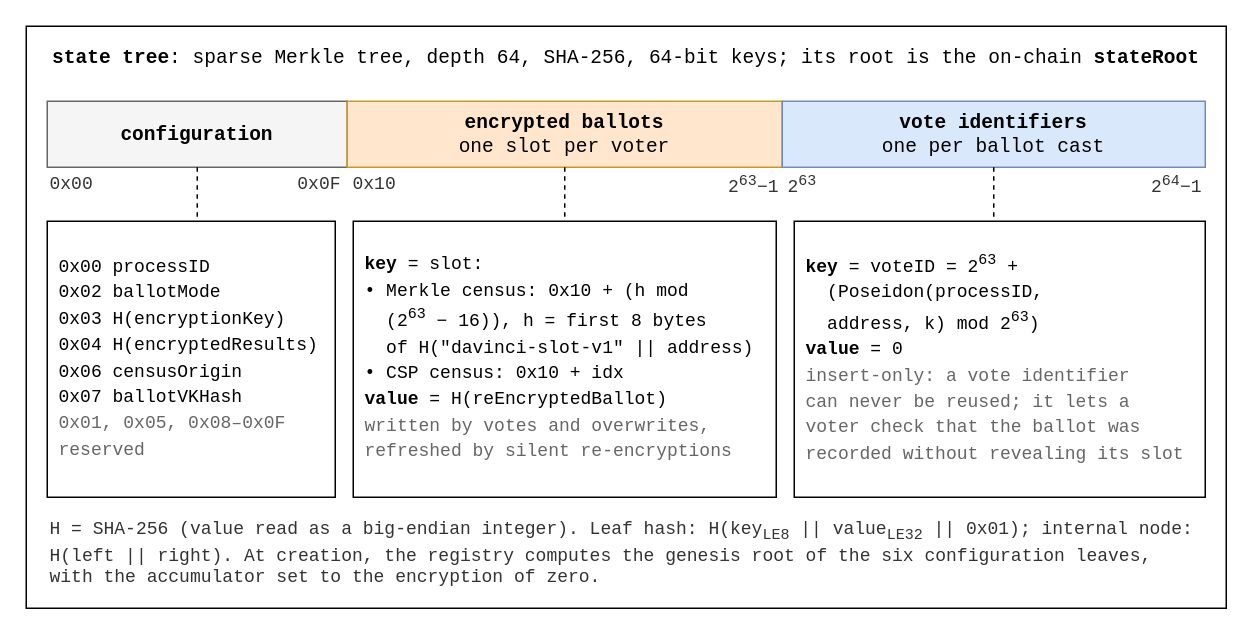
Above: v2/figures/state-tree.drawio in vocdoni/davinci-paper (draw.io), before the change. Source tidied: cells renumbered, new cells numbered last; positions are measured from the earlier drawing's top-left corner, leaving out a move shared by most shapes. Both pictures are drawn from the tidied source at 150%, with x=0, y=0 at pixel (26, 26).
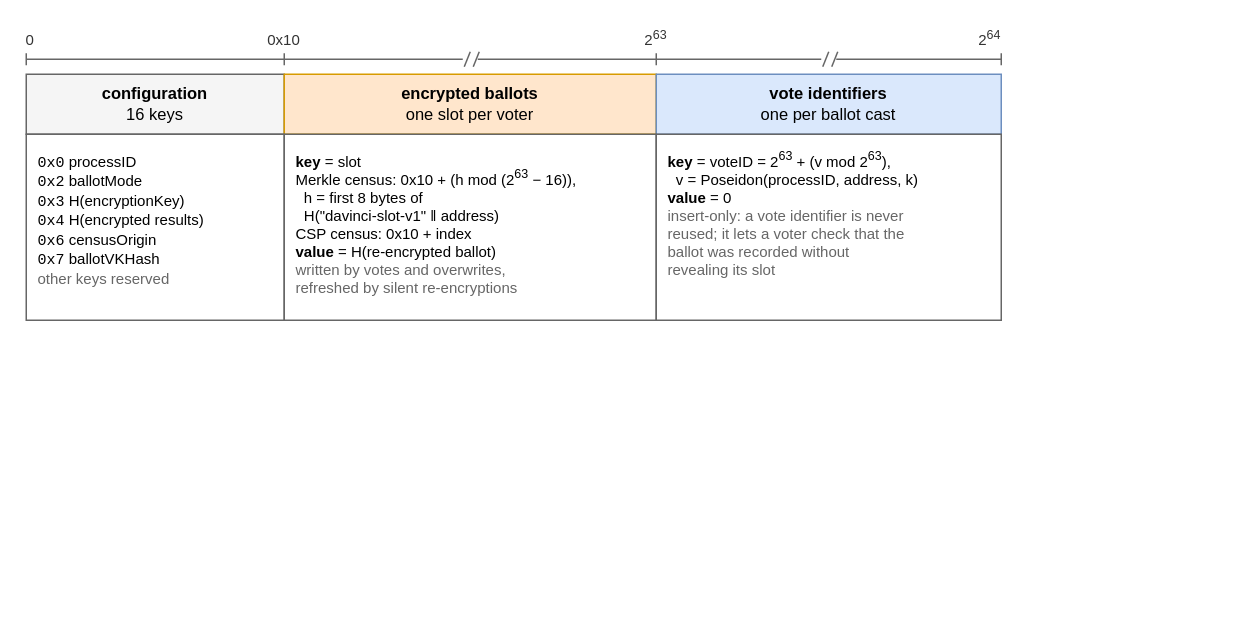
The same page after the edit.

Change to the diagram source:
```diff
@@
-    <mxCell id="2" style="rounded=0;whiteSpace=wrap;html=1;fontSize=11;fillColor=none;strokeColor=#000000;fontFamily=Courier New;verticalAlign=top;align=center;spacingTop=4;spacingLeft=6;fontStyle=1;" parent="1" vertex="1">
-      <mxGeometry width="800" height="388" as="geometry" />
-    </mxCell>
-    <mxCell id="3" value="&lt;b&gt;state tree&lt;/b&gt;: sparse Merkle tree, depth 64, SHA-256, 64-bit keys; its root is the on-chain &lt;b&gt;stateRoot&lt;/b&gt;" style="text;html=1;whiteSpace=wrap;fontSize=13;fontFamily=Courier New;align=center;verticalAlign=middle;fontColor=#000000;" parent="1" vertex="1">
-      <mxGeometry x="14" y="8" width="772" height="26" as="geometry" />
+    <mxCell id="3" style="html=1;rounded=0;endArrow=none;startArrow=none;endSize=6;startSize=6;fontSize=10;fontFamily=Helvetica;strokeColor=#666666;strokeWidth=1;labelBackgroundColor=#ffffff;" parent="1" edge="1">
+      <mxGeometry relative="1" as="geometry">
+        <mxPoint y="22" as="sourcePoint" />
+        <mxPoint x="650" y="22" as="targetPoint" />
+      </mxGeometry>
     </mxCell>
-    <mxCell id="4" value="&lt;b&gt;configuration&lt;/b&gt;" style="rounded=0;whiteSpace=wrap;html=1;fontSize=13;fillColor=#f5f5f5;strokeColor=#666666;fontFamily=Courier New;align=center;verticalAlign=middle;" parent="1" vertex="1">
-      <mxGeometry x="14" y="50" width="200" height="44" as="geometry" />
+    <mxCell id="4" style="html=1;rounded=0;endArrow=none;startArrow=none;endSize=6;startSize=6;fontSize=10;fontFamily=Helvetica;strokeColor=#666666;strokeWidth=1;labelBackgroundColor=#ffffff;" parent="1" edge="1">
+      <mxGeometry relative="1" as="geometry">
+        <mxPoint y="18" as="sourcePoint" />
+        <mxPoint y="26" as="targetPoint" />
+      </mxGeometry>
     </mxCell>
-    <mxCell id="5" value="&lt;b&gt;encrypted ballots&lt;/b&gt;&lt;br&gt;one slot per voter" style="rounded=0;whiteSpace=wrap;html=1;fontSize=13;fillColor=#ffe6cc;strokeColor=#d79b00;fontFamily=Courier New;align=center;verticalAlign=middle;" parent="1" vertex="1">
-      <mxGeometry x="214" y="50" width="290" height="44" as="geometry" />
+    <mxCell id="5" value="0" style="text;html=1;whiteSpace=wrap;fontSize=10;fontFamily=Helvetica;align=left;verticalAlign=middle;fontColor=#333333;spacing=0;" parent="1" vertex="1">
+      <mxGeometry y="2" width="60" height="14" as="geometry" />
     </mxCell>
-    <mxCell id="6" value="&lt;b&gt;vote identifiers&lt;/b&gt;&lt;br&gt;one per ballot cast" style="rounded=0;whiteSpace=wrap;html=1;fontSize=13;fillColor=#dae8fc;strokeColor=#6c8ebf;fontFamily=Courier New;align=center;verticalAlign=middle;" parent="1" vertex="1">
-      <mxGeometry x="504" y="50" width="282" height="44" as="geometry" />
+    <mxCell id="6" style="html=1;rounded=0;endArrow=none;startArrow=none;endSize=6;startSize=6;fontSize=10;fontFamily=Helvetica;strokeColor=#666666;strokeWidth=1;labelBackgroundColor=#ffffff;" parent="1" edge="1">
+      <mxGeometry relative="1" as="geometry">
+        <mxPoint x="172" y="18" as="sourcePoint" />
+        <mxPoint x="172" y="26" as="targetPoint" />
+      </mxGeometry>
     </mxCell>
-    <mxCell id="7" value="0x00" style="text;html=1;whiteSpace=wrap;fontSize=12;fontFamily=Courier New;align=left;verticalAlign=middle;fontColor=#333333;" parent="1" vertex="1">
-      <mxGeometry x="14" y="96" width="100" height="20" as="geometry" />
+    <mxCell id="7" value="0x10" style="text;html=1;whiteSpace=wrap;fontSize=10;fontFamily=Helvetica;align=center;verticalAlign=middle;fontColor=#333333;spacing=0;" parent="1" vertex="1">
+      <mxGeometry x="142" y="2" width="60" height="14" as="geometry" />
     </mxCell>
-    <mxCell id="8" value="0x0F" style="text;html=1;whiteSpace=wrap;fontSize=12;fontFamily=Courier New;align=right;verticalAlign=middle;fontColor=#333333;" parent="1" vertex="1">
-      <mxGeometry x="112" y="96" width="100" height="20" as="geometry" />
+    <mxCell id="8" style="html=1;rounded=0;endArrow=none;startArrow=none;endSize=6;startSize=6;fontSize=10;fontFamily=Helvetica;strokeColor=#666666;strokeWidth=1;labelBackgroundColor=#ffffff;" parent="1" edge="1">
+      <mxGeometry relative="1" as="geometry">
+        <mxPoint x="420" y="18" as="sourcePoint" />
+        <mxPoint x="420" y="26" as="targetPoint" />
+      </mxGeometry>
     </mxCell>
-    <mxCell id="9" value="0x10" style="text;html=1;whiteSpace=wrap;fontSize=12;fontFamily=Courier New;align=left;verticalAlign=middle;fontColor=#333333;" parent="1" vertex="1">
-      <mxGeometry x="216" y="96" width="100" height="20" as="geometry" />
+    <mxCell id="9" value="2&lt;sup style=&quot;line-height:0&quot;&gt;63&lt;/sup&gt;" style="text;html=1;whiteSpace=wrap;fontSize=10;fontFamily=Helvetica;align=center;verticalAlign=middle;fontColor=#333333;spacing=0;" parent="1" vertex="1">
+      <mxGeometry x="390" y="2" width="60" height="14" as="geometry" />
     </mxCell>
-    <mxCell id="10" value="2&lt;sup&gt;63&lt;/sup&gt;&amp;minus;1" style="text;html=1;whiteSpace=wrap;fontSize=12;fontFamily=Courier New;align=right;verticalAlign=middle;fontColor=#333333;" parent="1" vertex="1">
-      <mxGeometry x="404" y="96" width="100" height="20" as="geometry" />
+    <mxCell id="10" style="html=1;rounded=0;endArrow=none;startArrow=none;endSize=6;startSize=6;fontSize=10;fontFamily=Helvetica;strokeColor=#666666;strokeWidth=1;labelBackgroundColor=#ffffff;" parent="1" edge="1">
+      <mxGeometry relative="1" as="geometry">
+        <mxPoint x="650" y="18" as="sourcePoint" />
+        <mxPoint x="650" y="26" as="targetPoint" />
+      </mxGeometry>
     </mxCell>
-    <mxCell id="11" value="2&lt;sup&gt;63&lt;/sup&gt;" style="text;html=1;whiteSpace=wrap;fontSize=12;fontFamily=Courier New;align=left;verticalAlign=middle;fontColor=#333333;" parent="1" vertex="1">
-      <mxGeometry x="506" y="96" width="100" height="20" as="geometry" />
+    <mxCell id="11" value="2&lt;sup style=&quot;line-height:0&quot;&gt;64&lt;/sup&gt;" style="text;html=1;whiteSpace=wrap;fontSize=10;fontFamily=Helvetica;align=right;verticalAlign=middle;fontColor=#333333;spacing=0;" parent="1" vertex="1">
+      <mxGeometry x="590" y="2" width="60" height="14" as="geometry" />
     </mxCell>
-    <mxCell id="12" value="2&lt;sup&gt;64&lt;/sup&gt;&amp;minus;1" style="text;html=1;whiteSpace=wrap;fontSize=12;fontFamily=Courier New;align=right;verticalAlign=middle;fontColor=#333333;" parent="1" vertex="1">
-      <mxGeometry x="686" y="96" width="100" height="20" as="geometry" />
+    <mxCell id="12" style="rounded=0;whiteSpace=wrap;html=1;fontSize=11;fillColor=#ffffff;strokeColor=#666666;strokeWidth=1;fontFamily=Helvetica;align=center;verticalAlign=middle;spacingLeft=6;spacingRight=6;spacingTop=2;spacingBottom=2;strokeColor=none;" parent="1" vertex="1">
+      <mxGeometry x="291" y="17" width="10" height="10" as="geometry" />
     </mxCell>
-    <mxCell id="13" value="&lt;div style='text-align:left;font-size:12px;line-height:1.45'&gt;0x00 processID&lt;br&gt;0x02 ballotMode&lt;br&gt;0x03 H(encryptionKey)&lt;br&gt;0x04 H(encryptedResults)&lt;br&gt;0x06 censusOrigin&lt;br&gt;0x07 ballotVKHash&lt;br&gt;&lt;font color='#666666'&gt;0x01, 0x05, 0x08&amp;ndash;0x0F&lt;br&gt;reserved&lt;/font&gt;&lt;/div&gt;" style="rounded=0;whiteSpace=wrap;html=1;fontSize=12;fillColor=#ffffff;strokeColor=#000000;fontFamily=Courier New;align=left;verticalAlign=middle;spacingLeft=6;" parent="1" vertex="1">
-      <mxGeometry x="14" y="130" width="192" height="184" as="geometry" />
+    <mxCell id="13" style="html=1;rounded=0;endArrow=none;startArrow=none;endSize=6;startSize=6;fontSize=10;fontFamily=Helvetica;strokeColor=#666666;strokeWidth=1;labelBackgroundColor=#ffffff;" parent="1" edge="1">
+      <mxGeometry relative="1" as="geometry">
+        <mxPoint x="292" y="27" as="sourcePoint" />
+        <mxPoint x="296" y="17" as="targetPoint" />
+      </mxGeometry>
     </mxCell>
-    <mxCell id="14" value="&lt;div style='text-align:left;font-size:12px;line-height:1.45'&gt;&lt;b&gt;key&lt;/b&gt; = slot:&lt;br&gt;&amp;bull; Merkle census: 0x10 + (h mod&lt;br&gt;&amp;nbsp;&amp;nbsp;(2&lt;sup&gt;63&lt;/sup&gt; &amp;minus; 16)), h = first 8 bytes&lt;br&gt;&amp;nbsp;&amp;nbsp;of H(&amp;quot;davinci-slot-v1&amp;quot; || address)&lt;br&gt;&amp;bull; CSP census: 0x10 + idx&lt;br&gt;&lt;b&gt;value&lt;/b&gt; = H(reEncryptedBallot)&lt;br&gt;&lt;font color='#666666'&gt;written by votes and overwrites,&lt;br&gt;refreshed by silent re-encryptions&lt;/font&gt;&lt;/div&gt;" style="rounded=0;whiteSpace=wrap;html=1;fontSize=12;fillColor=#ffffff;strokeColor=#000000;fontFamily=Courier New;align=left;verticalAlign=middle;spacingLeft=6;" parent="1" vertex="1">
-      <mxGeometry x="218" y="130" width="282" height="184" as="geometry" />
+    <mxCell id="14" style="html=1;rounded=0;endArrow=none;startArrow=none;endSize=6;startSize=6;fontSize=10;fontFamily=Helvetica;strokeColor=#666666;strokeWidth=1;labelBackgroundColor=#ffffff;" parent="1" edge="1">
+      <mxGeometry relative="1" as="geometry">
+        <mxPoint x="298" y="27" as="sourcePoint" />
+        <mxPoint x="302" y="17" as="targetPoint" />
+      </mxGeometry>
     </mxCell>
-    <mxCell id="15" value="&lt;div style='text-align:left;font-size:12px;line-height:1.45'&gt;&lt;b&gt;key&lt;/b&gt; = voteID = 2&lt;sup&gt;63&lt;/sup&gt; +&lt;br&gt;&amp;nbsp;&amp;nbsp;(Poseidon(processID,&lt;br&gt;&amp;nbsp;&amp;nbsp;address, k) mod 2&lt;sup&gt;63&lt;/sup&gt;)&lt;br&gt;&lt;b&gt;value&lt;/b&gt; = 0&lt;br&gt;&lt;font color='#666666'&gt;insert-only: a vote identifier&lt;br&gt;can never be reused; it lets a&lt;br&gt;voter check that the ballot was&lt;br&gt;recorded without revealing its slot&lt;/font&gt;&lt;/div&gt;" style="rounded=0;whiteSpace=wrap;html=1;fontSize=12;fillColor=#ffffff;strokeColor=#000000;fontFamily=Courier New;align=left;verticalAlign=middle;spacingLeft=6;" parent="1" vertex="1">
-      <mxGeometry x="512" y="130" width="274" height="184" as="geometry" />
+    <mxCell id="15" style="rounded=0;whiteSpace=wrap;html=1;fontSize=11;fillColor=#ffffff;strokeColor=#666666;strokeWidth=1;fontFamily=Helvetica;align=center;verticalAlign=middle;spacingLeft=6;spacingRight=6;spacingTop=2;spacingBottom=2;strokeColor=none;" parent="1" vertex="1">
+      <mxGeometry x="530" y="17" width="10" height="10" as="geometry" />
     </mxCell>
-    <mxCell id="16" style="edgeStyle=orthogonalEdgeStyle;rounded=0;html=1;endArrow=none;startArrow=none;endSize=6;startSize=6;fontSize=10;fontFamily=Courier New;strokeColor=#000000;strokeWidth=1;dashed=1;labelBackgroundColor=#ffffff;exitX=0.5;exitY=1;exitDx=0;exitDy=0;entryX=0.5208333333333334;entryY=0;entryDx=0;entryDy=0;" parent="1" edge="1" source="4" target="13">
-      <mxGeometry relative="1" as="geometry" />
+    <mxCell id="16" style="html=1;rounded=0;endArrow=none;startArrow=none;endSize=6;startSize=6;fontSize=10;fontFamily=Helvetica;strokeColor=#666666;strokeWidth=1;labelBackgroundColor=#ffffff;" parent="1" edge="1">
+      <mxGeometry relative="1" as="geometry">
+        <mxPoint x="531" y="27" as="sourcePoint" />
+        <mxPoint x="535" y="17" as="targetPoint" />
+      </mxGeometry>
     </mxCell>
-    <mxCell id="17" style="edgeStyle=orthogonalEdgeStyle;rounded=0;html=1;endArrow=none;startArrow=none;endSize=6;startSize=6;fontSize=10;fontFamily=Courier New;strokeColor=#000000;strokeWidth=1;dashed=1;labelBackgroundColor=#ffffff;exitX=0.5;exitY=1;exitDx=0;exitDy=0;entryX=0.5;entryY=0;entryDx=0;entryDy=0;" parent="1" edge="1" source="5" target="14">
-      <mxGeometry relative="1" as="geometry" />
+    <mxCell id="17" style="html=1;rounded=0;endArrow=none;startArrow=none;endSize=6;startSize=6;fontSize=10;fontFamily=Helvetica;strokeColor=#666666;strokeWidth=1;labelBackgroundColor=#ffffff;" parent="1" edge="1">
+      <mxGeometry relative="1" as="geometry">
+        <mxPoint x="537" y="27" as="sourcePoint" />
+        <mxPoint x="541" y="17" as="targetPoint" />
+      </mxGeometry>
     </mxCell>
-    <mxCell id="18" style="edgeStyle=orthogonalEdgeStyle;rounded=0;html=1;endArrow=none;startArrow=none;endSize=6;startSize=6;fontSize=10;fontFamily=Courier New;strokeColor=#000000;strokeWidth=1;dashed=1;labelBackgroundColor=#ffffff;exitX=0.5;exitY=1;exitDx=0;exitDy=0;entryX=0.4854014598540146;entryY=0;entryDx=0;entryDy=0;" parent="1" edge="1" source="6" target="15">
-      <mxGeometry relative="1" as="geometry" />
+    <mxCell id="18" value="&lt;b&gt;configuration&lt;/b&gt;&lt;br&gt;16 keys" style="rounded=0;whiteSpace=wrap;html=1;fontSize=11;fillColor=#f5f5f5;strokeColor=#666666;strokeWidth=1;fontFamily=Helvetica;align=center;verticalAlign=middle;spacingLeft=6;spacingRight=6;spacingTop=2;spacingBottom=2;" parent="1" vertex="1">
+      <mxGeometry y="32" width="172" height="40" as="geometry" />
     </mxCell>
-    <mxCell id="19" value="H = SHA-256 (value read as a big-endian integer). Leaf hash: H(key&lt;sub&gt;LE8&lt;/sub&gt; || value&lt;sub&gt;LE32&lt;/sub&gt; || 0x01); internal node: H(left || right). At creation, the registry computes the genesis root of the six configuration leaves, with the accumulator set to the encryption of zero." style="text;html=1;whiteSpace=wrap;fontSize=12;fontFamily=Courier New;align=left;verticalAlign=middle;fontColor=#333333;" parent="1" vertex="1">
-      <mxGeometry x="14" y="324" width="772" height="56" as="geometry" />
+    <mxCell id="19" value="&lt;b&gt;encrypted ballots&lt;/b&gt;&lt;br&gt;one slot per voter" style="rounded=0;whiteSpace=wrap;html=1;fontSize=11;fillColor=#ffe6cc;strokeColor=#d79b00;strokeWidth=1;fontFamily=Helvetica;align=center;verticalAlign=middle;spacingLeft=6;spacingRight=6;spacingTop=2;spacingBottom=2;" parent="1" vertex="1">
+      <mxGeometry x="172" y="32" width="248" height="40" as="geometry" />
     </mxCell>
+    <mxCell id="2" value="&lt;b&gt;vote identifiers&lt;/b&gt;&lt;br&gt;one per ballot cast" style="rounded=0;whiteSpace=wrap;html=1;fontSize=11;fillColor=#dae8fc;strokeColor=#6c8ebf;strokeWidth=1;fontFamily=Helvetica;align=center;verticalAlign=middle;spacingLeft=6;spacingRight=6;spacingTop=2;spacingBottom=2;" parent="1" vertex="1">
+      <mxGeometry x="420" y="32" width="230" height="40" as="geometry" />
+    </mxCell>
+    <mxCell id="20" value="&lt;font face=&quot;Courier New&quot;&gt;0x0&lt;/font&gt; processID&lt;br&gt;&lt;font face=&quot;Courier New&quot;&gt;0x2&lt;/font&gt; ballotMode&lt;br&gt;&lt;font face=&quot;Courier New&quot;&gt;0x3&lt;/font&gt; H(encryptionKey)&lt;br&gt;&lt;font face=&quot;Courier New&quot;&gt;0x4&lt;/font&gt; H(encrypted results)&lt;br&gt;&lt;font face=&quot;Courier New&quot;&gt;0x6&lt;/font&gt; censusOrigin&lt;br&gt;&lt;font face=&quot;Courier New&quot;&gt;0x7&lt;/font&gt; ballotVKHash&lt;br&gt;&lt;font color=&quot;#666666&quot;&gt;other keys reserved&lt;/font&gt;" style="rounded=0;whiteSpace=wrap;html=1;fontSize=10;fillColor=#ffffff;strokeColor=#666666;strokeWidth=1;fontFamily=Helvetica;align=left;verticalAlign=top;spacingLeft=6;spacingRight=6;spacingTop=2;spacingBottom=2;spacingTop=6;" parent="1" vertex="1">
+      <mxGeometry y="72" width="172" height="124" as="geometry" />
+    </mxCell>
+    <mxCell id="21" value="&lt;b&gt;key&lt;/b&gt; = slot&lt;br&gt;Merkle census: 0x10 + (h mod (2&lt;sup style=&quot;line-height:0&quot;&gt;63&lt;/sup&gt; &amp;minus; 16)),&lt;br&gt;&amp;nbsp;&amp;nbsp;h = first 8 bytes of&lt;br&gt;&amp;nbsp;&amp;nbsp;H(&amp;quot;davinci-slot-v1&amp;quot; &amp;#8214; address)&lt;br&gt;CSP census: 0x10 + index&lt;br&gt;&lt;b&gt;value&lt;/b&gt; = H(re-encrypted ballot)&lt;br&gt;&lt;font color=&quot;#666666&quot;&gt;written by votes and overwrites,&lt;br&gt;refreshed by silent re-encryptions&lt;/font&gt;" style="rounded=0;whiteSpace=wrap;html=1;fontSize=10;fillColor=#ffffff;strokeColor=#666666;strokeWidth=1;fontFamily=Helvetica;align=left;verticalAlign=top;spacingLeft=6;spacingRight=6;spacingTop=2;spacingBottom=2;spacingTop=6;" parent="1" vertex="1">
+      <mxGeometry x="172" y="72" width="248" height="124" as="geometry" />
+    </mxCell>
+    <mxCell id="22" value="&lt;b&gt;key&lt;/b&gt; = voteID = 2&lt;sup style=&quot;line-height:0&quot;&gt;63&lt;/sup&gt; + (v mod 2&lt;sup style=&quot;line-height:0&quot;&gt;63&lt;/sup&gt;),&lt;br&gt;&amp;nbsp;&amp;nbsp;v = Poseidon(processID, address, k)&lt;br&gt;&lt;b&gt;value&lt;/b&gt; = 0&lt;br&gt;&lt;font color=&quot;#666666&quot;&gt;insert-only: a vote identifier is never&lt;br&gt;reused; it lets a voter check that the&lt;br&gt;ballot was recorded without&lt;br&gt;revealing its slot&lt;/font&gt;" style="rounded=0;whiteSpace=wrap;html=1;fontSize=10;fillColor=#ffffff;strokeColor=#666666;strokeWidth=1;fontFamily=Helvetica;align=left;verticalAlign=top;spacingLeft=6;spacingRight=6;spacingTop=2;spacingBottom=2;spacingTop=6;" parent="1" vertex="1">
+      <mxGeometry x="420" y="72" width="230" height="124" as="geometry" />
+    </mxCell>
```
